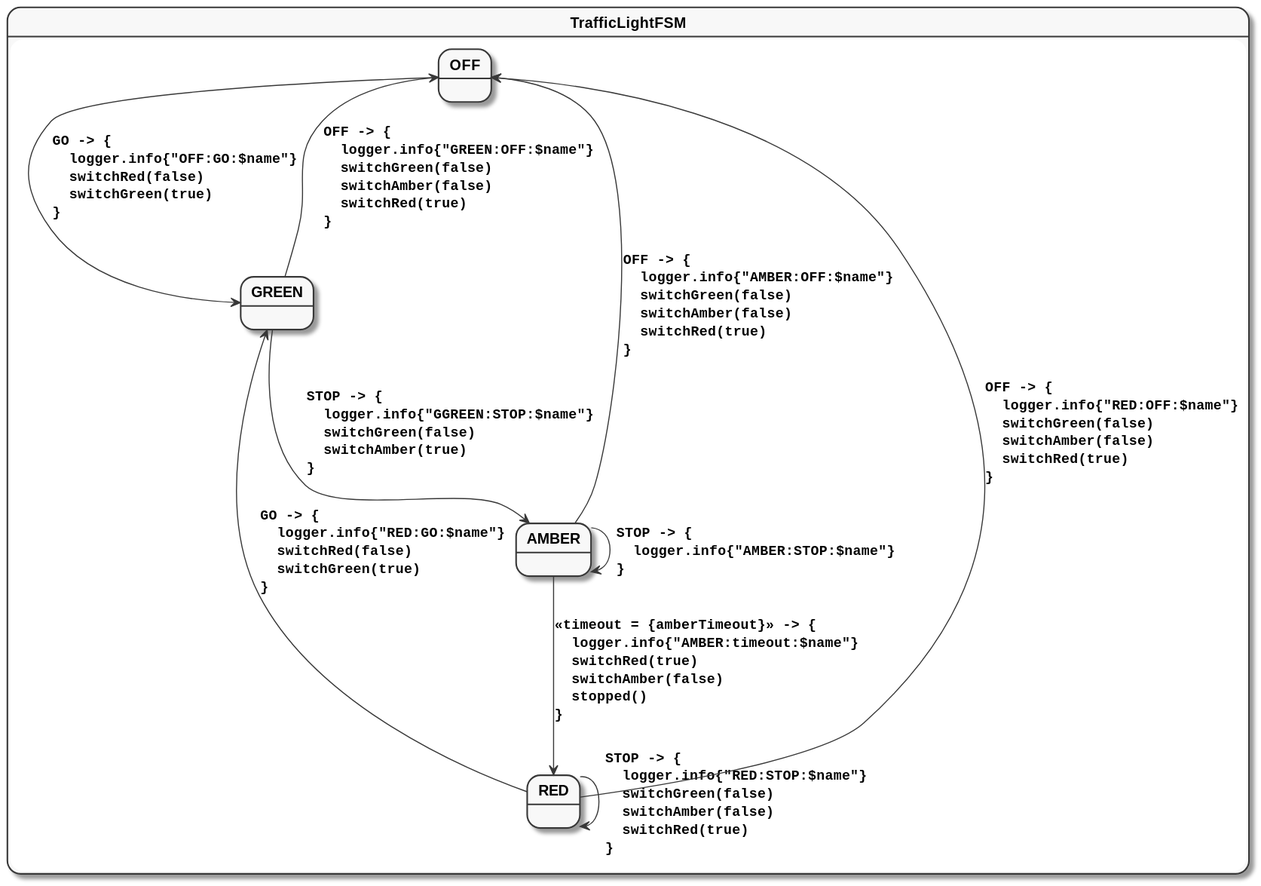
Earlier version of the PlantUML export traffic-light.svg (open-jumpco/kfsm-android-compose-traffic).
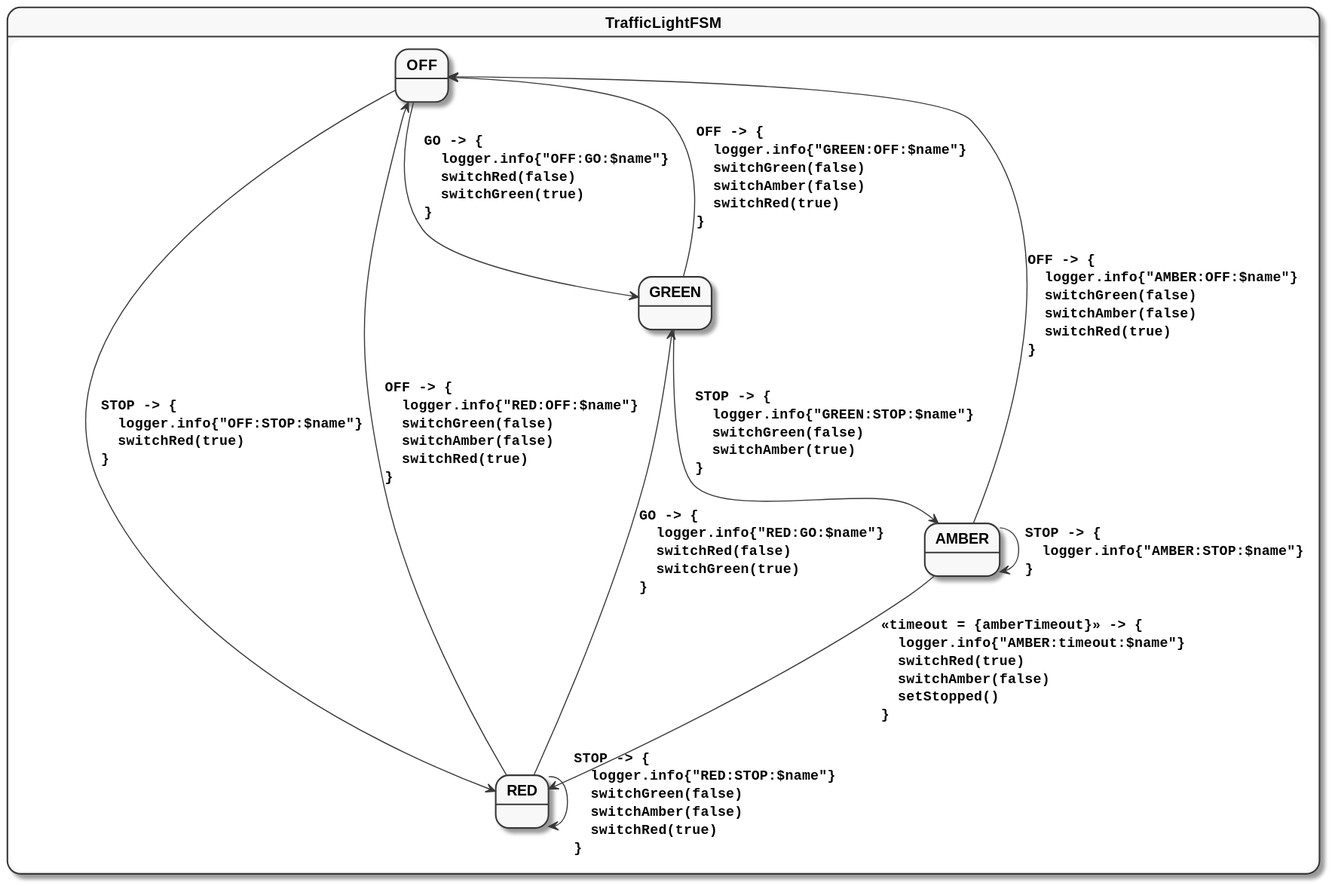
Above is the later version.

What changed in the source:
```diff
@@ -9,13 +9,14 @@
 }
 state TrafficLightFSM {
 OFF --> GREEN : GO -> {\l  logger.info{"OFF:GO:$name"}\l  switchRed(false)\l  switchGreen(true)\l}
+OFF --> RED : STOP -> {\l  logger.info{"OFF:STOP:$name"}\l  switchRed(true)\l}
 RED --> GREEN : GO -> {\l  logger.info{"RED:GO:$name"}\l  switchRed(false)\l  switchGreen(true)\l}
 RED --> RED : STOP -> {\l  logger.info{"RED:STOP:$name"}\l  switchGreen(false)\l  switchAmber(false)\l  switchRed(true)\l}
 RED --> OFF : OFF -> {\l  logger.info{"RED:OFF:$name"}\l  switchGreen(false)\l  switchAmber(false)\l  switchRed(true)\l}
-AMBER --> RED : <<timeout = {amberTimeout}>> -> {\l  logger.info{"AMBER:timeout:$name"}\l  switchRed(true)\l  switchAmber(false)\l  stopped()\l}
+AMBER --> RED : <<timeout = {amberTimeout}>> -> {\l  logger.info{"AMBER:timeout:$name"}\l  switchRed(true)\l  switchAmber(false)\l  setStopped()\l}
 AMBER --> AMBER : STOP -> {\l  logger.info{"AMBER:STOP:$name"}\l}
 AMBER --> OFF : OFF -> {\l  logger.info{"AMBER:OFF:$name"}\l  switchGreen(false)\l  switchAmber(false)\l  switchRed(true)\l}
-GREEN --> AMBER : STOP -> {\l  logger.info{"GGREEN:STOP:$name"}\l  switchGreen(false)\l  switchAmber(true)\l}
+GREEN --> AMBER : STOP -> {\l  logger.info{"GREEN:STOP:$name"}\l  switchGreen(false)\l  switchAmber(true)\l}
 GREEN --> OFF : OFF -> {\l  logger.info{"GREEN:OFF:$name"}\l  switchGreen(false)\l  switchAmber(false)\l  switchRed(true)\l}
 }
 @enduml
```
